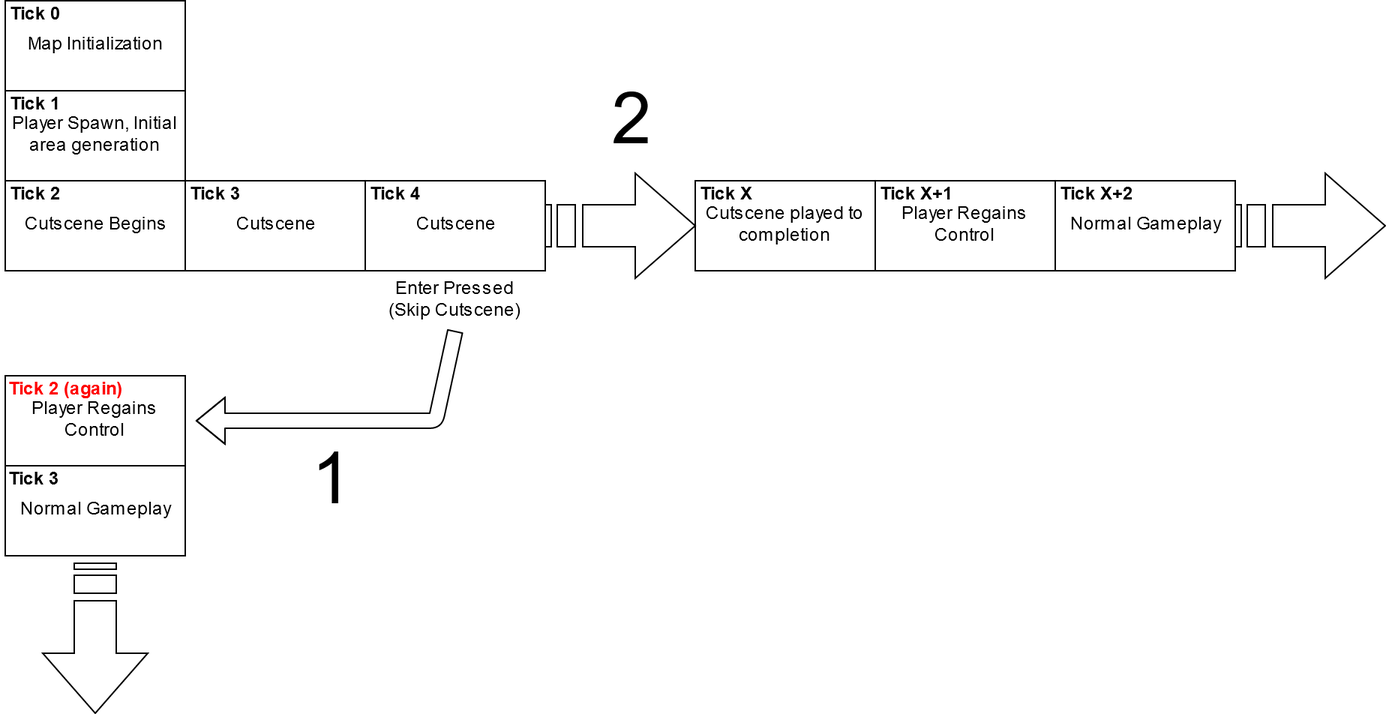
The draw.io diagram docs/source/assets/tick_flowchart.png in Scaless/HaloTAS, before a commit. Source tidied: cells renumbered, new cells last; positions are measured from the earlier drawing's top-left corner, leaving out a move shared by most shapes. The source it was exported from:
```xml
<mxGraphModel>
  <root>
    <mxCell id="0" />
    <mxCell id="1" parent="0" />
    <mxCell id="2" value="Map Initialization" style="rounded=0;whiteSpace=wrap;html=1;" parent="1" vertex="1">
      <mxGeometry x="3" width="120" height="60" as="geometry" />
    </mxCell>
    <mxCell id="3" value="Player Spawn, Initial area generation" style="rounded=0;whiteSpace=wrap;html=1;" parent="1" vertex="1">
      <mxGeometry x="3" y="60" width="120" height="60" as="geometry" />
    </mxCell>
    <mxCell id="4" value="Tick 0" style="text;html=1;strokeColor=none;fillColor=none;align=center;verticalAlign=middle;whiteSpace=wrap;rounded=0;fontStyle=1;" parent="1" vertex="1">
      <mxGeometry x="3" width="40" height="20" as="geometry" />
    </mxCell>
    <mxCell id="5" value="Tick 1" style="text;html=1;strokeColor=none;fillColor=none;align=center;verticalAlign=middle;whiteSpace=wrap;rounded=0;fontStyle=1;" parent="1" vertex="1">
      <mxGeometry x="3" y="60" width="40" height="20" as="geometry" />
    </mxCell>
    <mxCell id="6" value="Cutscene Begins" style="rounded=0;whiteSpace=wrap;html=1;" parent="1" vertex="1">
      <mxGeometry x="3" y="120" width="120" height="60" as="geometry" />
    </mxCell>
    <mxCell id="7" value="&lt;div&gt;Tick 2&lt;/div&gt;" style="text;html=1;strokeColor=none;fillColor=none;align=center;verticalAlign=middle;whiteSpace=wrap;rounded=0;fontStyle=1;" parent="1" vertex="1">
      <mxGeometry x="3" y="120" width="40" height="20" as="geometry" />
    </mxCell>
    <mxCell id="8" value="Cutscene" style="rounded=0;whiteSpace=wrap;html=1;" parent="1" vertex="1">
      <mxGeometry x="123" y="120" width="120" height="60" as="geometry" />
    </mxCell>
    <mxCell id="9" value="&lt;div&gt;Tick 3&lt;/div&gt;" style="text;html=1;strokeColor=none;fillColor=none;align=center;verticalAlign=middle;whiteSpace=wrap;rounded=0;fontStyle=1;" parent="1" vertex="1">
      <mxGeometry x="123" y="120" width="40" height="20" as="geometry" />
    </mxCell>
    <mxCell id="10" value="&lt;div&gt;Cutscene&lt;/div&gt;" style="rounded=0;whiteSpace=wrap;html=1;" parent="1" vertex="1">
      <mxGeometry x="243" y="120" width="120" height="60" as="geometry" />
    </mxCell>
    <mxCell id="11" value="&lt;div&gt;Tick 4&lt;br&gt;&lt;/div&gt;" style="text;html=1;strokeColor=none;fillColor=none;align=center;verticalAlign=middle;whiteSpace=wrap;rounded=0;fontStyle=1;" parent="1" vertex="1">
      <mxGeometry x="243" y="120" width="40" height="20" as="geometry" />
    </mxCell>
    <mxCell id="12" value="Cutscene played to completion" style="rounded=0;whiteSpace=wrap;html=1;" parent="1" vertex="1">
      <mxGeometry x="463" y="120" width="120" height="60" as="geometry" />
    </mxCell>
    <mxCell id="13" value="&lt;div&gt;Tick X&lt;br&gt;&lt;/div&gt;" style="text;html=1;strokeColor=none;fillColor=none;align=center;verticalAlign=middle;whiteSpace=wrap;rounded=0;fontStyle=1;" parent="1" vertex="1">
      <mxGeometry x="463" y="120" width="40" height="20" as="geometry" />
    </mxCell>
    <mxCell id="14" style="html=1;shadow=0;dashed=0;align=center;verticalAlign=middle;shape=mxgraph.arrows2.stripedArrow;dy=0.6;dx=40;notch=25;" parent="1" vertex="1">
      <mxGeometry x="363" y="115" width="100" height="70" as="geometry" />
    </mxCell>
    <mxCell id="15" style="shape=flexArrow;endArrow=classic;html=1;" parent="1" edge="1">
      <mxGeometry relative="1" as="geometry">
        <mxPoint x="303" y="220" as="sourcePoint" />
        <mxPoint x="130" y="280" as="targetPoint" />
        <Array as="points">
          <mxPoint x="290" y="280" />
        </Array>
      </mxGeometry>
    </mxCell>
    <mxCell id="16" value="Enter Pressed (Skip Cutscene)" style="text;html=1;strokeColor=none;fillColor=none;align=center;verticalAlign=middle;whiteSpace=wrap;rounded=0;" parent="1" vertex="1">
      <mxGeometry x="253" y="190" width="100" height="20" as="geometry" />
    </mxCell>
    <mxCell id="17" value="&lt;div&gt;Player Regains Control&lt;br&gt;&lt;/div&gt;" style="rounded=0;whiteSpace=wrap;html=1;" parent="1" vertex="1">
      <mxGeometry x="583" y="120" width="120" height="60" as="geometry" />
    </mxCell>
    <mxCell id="18" value="&lt;div&gt;Tick X+1&lt;br&gt;&lt;/div&gt;" style="text;html=1;strokeColor=none;fillColor=none;align=center;verticalAlign=middle;whiteSpace=wrap;rounded=0;fontStyle=1;" parent="1" vertex="1">
      <mxGeometry x="580" y="120" width="60" height="20" as="geometry" />
    </mxCell>
    <mxCell id="19" value="Player Regains Control" style="rounded=0;whiteSpace=wrap;html=1;" parent="1" vertex="1">
      <mxGeometry x="3" y="250" width="120" height="60" as="geometry" />
    </mxCell>
    <mxCell id="20" value="&lt;div&gt;Tick 2 (again)&lt;br&gt;&lt;/div&gt;" style="text;html=1;strokeColor=none;fillColor=none;align=center;verticalAlign=middle;whiteSpace=wrap;rounded=0;fontStyle=1;fontColor=#FF0000;" parent="1" vertex="1">
      <mxGeometry x="3" y="250" width="80" height="20" as="geometry" />
    </mxCell>
    <mxCell id="21" value="Normal Gameplay" style="rounded=0;whiteSpace=wrap;html=1;" parent="1" vertex="1">
      <mxGeometry x="703" y="120" width="120" height="60" as="geometry" />
    </mxCell>
    <mxCell id="22" value="&lt;div&gt;Tick X+2&lt;/div&gt;" style="text;html=1;strokeColor=none;fillColor=none;align=center;verticalAlign=middle;whiteSpace=wrap;rounded=0;fontStyle=1;" parent="1" vertex="1">
      <mxGeometry x="700" y="120" width="60" height="20" as="geometry" />
    </mxCell>
    <mxCell id="23" value="Normal Gameplay" style="rounded=0;whiteSpace=wrap;html=1;" parent="1" vertex="1">
      <mxGeometry x="3" y="310" width="120" height="60" as="geometry" />
    </mxCell>
    <mxCell id="24" value="&lt;div&gt;Tick 3&lt;br&gt;&lt;/div&gt;" style="text;html=1;strokeColor=none;fillColor=none;align=center;verticalAlign=middle;whiteSpace=wrap;rounded=0;fontStyle=1;" parent="1" vertex="1">
      <mxGeometry y="310" width="43" height="20" as="geometry" />
    </mxCell>
    <mxCell id="25" style="html=1;shadow=0;dashed=0;align=center;verticalAlign=middle;shape=mxgraph.arrows2.stripedArrow;dy=0.6;dx=40;notch=25;" parent="1" vertex="1">
      <mxGeometry x="823" y="115" width="100" height="70" as="geometry" />
    </mxCell>
    <mxCell id="26" style="html=1;shadow=0;dashed=0;align=center;verticalAlign=middle;shape=mxgraph.arrows2.stripedArrow;dy=0.6;dx=40;notch=25;rotation=90;" parent="1" vertex="1">
      <mxGeometry x="13" y="390" width="100" height="70" as="geometry" />
    </mxCell>
    <mxCell id="27" value="1" style="text;html=1;strokeColor=none;fillColor=none;align=center;verticalAlign=middle;whiteSpace=wrap;rounded=0;fontColor=#000000;fontSize=48;" parent="1" vertex="1">
      <mxGeometry x="200" y="310" width="40" height="20" as="geometry" />
    </mxCell>
    <mxCell id="28" value="2" style="text;html=1;strokeColor=none;fillColor=none;align=center;verticalAlign=middle;whiteSpace=wrap;rounded=0;fontColor=#000000;fontSize=48;" parent="1" vertex="1">
      <mxGeometry x="400" y="70" width="40" height="20" as="geometry" />
    </mxCell>
  </root>
</mxGraphModel>
```
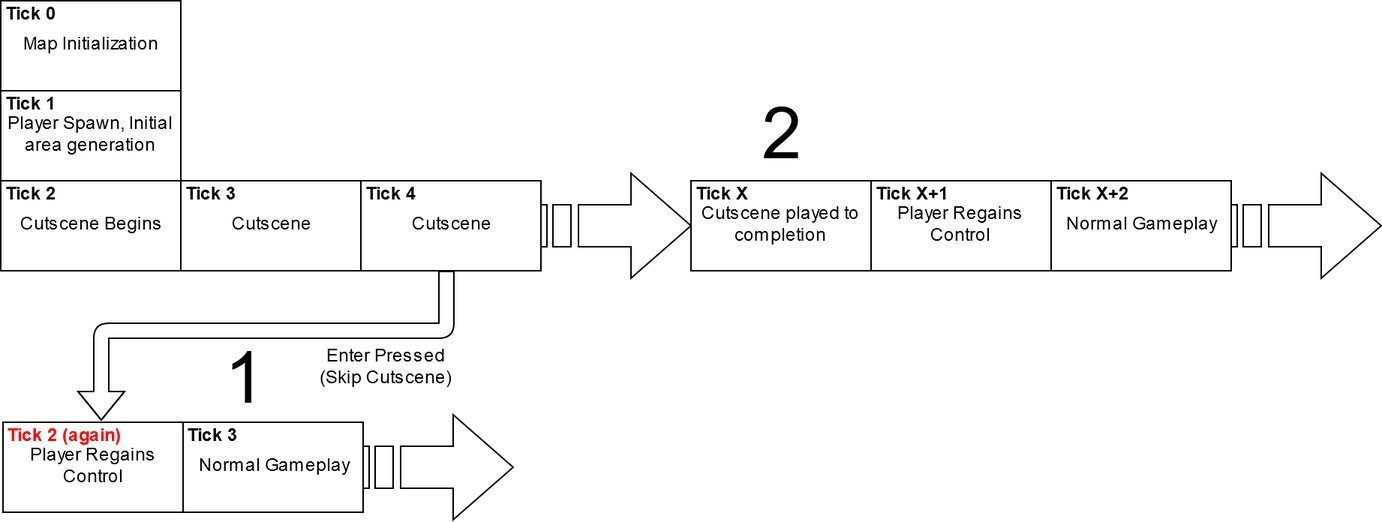
After the change.

Commit message:
Revise tick flowchart

The edit, as a diff of the source:
```diff
@@ -43,15 +43,16 @@
     </mxCell>
     <mxCell id="15" style="shape=flexArrow;endArrow=classic;html=1;" parent="1" edge="1">
       <mxGeometry relative="1" as="geometry">
-        <mxPoint x="303" y="220" as="sourcePoint" />
-        <mxPoint x="130" y="280" as="targetPoint" />
+        <mxPoint x="300" y="180" as="sourcePoint" />
+        <mxPoint x="70" y="280" as="targetPoint" />
         <Array as="points">
-          <mxPoint x="290" y="280" />
+          <mxPoint x="300" y="220" />
+          <mxPoint x="70" y="220" />
         </Array>
       </mxGeometry>
     </mxCell>
     <mxCell id="16" value="Enter Pressed (Skip Cutscene)" style="text;html=1;strokeColor=none;fillColor=none;align=center;verticalAlign=middle;whiteSpace=wrap;rounded=0;" parent="1" vertex="1">
-      <mxGeometry x="253" y="190" width="100" height="20" as="geometry" />
+      <mxGeometry x="210" y="235" width="100" height="20" as="geometry" />
     </mxCell>
     <mxCell id="17" value="&lt;div&gt;Player Regains Control&lt;br&gt;&lt;/div&gt;" style="rounded=0;whiteSpace=wrap;html=1;" parent="1" vertex="1">
       <mxGeometry x="583" y="120" width="120" height="60" as="geometry" />
@@ -60,10 +61,10 @@
       <mxGeometry x="580" y="120" width="60" height="20" as="geometry" />
     </mxCell>
     <mxCell id="19" value="Player Regains Control" style="rounded=0;whiteSpace=wrap;html=1;" parent="1" vertex="1">
-      <mxGeometry x="3" y="250" width="120" height="60" as="geometry" />
+      <mxGeometry x="4.5" y="281" width="120" height="60" as="geometry" />
     </mxCell>
     <mxCell id="20" value="&lt;div&gt;Tick 2 (again)&lt;br&gt;&lt;/div&gt;" style="text;html=1;strokeColor=none;fillColor=none;align=center;verticalAlign=middle;whiteSpace=wrap;rounded=0;fontStyle=1;fontColor=#FF0000;" parent="1" vertex="1">
-      <mxGeometry x="3" y="250" width="80" height="20" as="geometry" />
+      <mxGeometry x="4.5" y="281" width="80" height="20" as="geometry" />
     </mxCell>
     <mxCell id="21" value="Normal Gameplay" style="rounded=0;whiteSpace=wrap;html=1;" parent="1" vertex="1">
       <mxGeometry x="703" y="120" width="120" height="60" as="geometry" />
@@ -72,22 +73,22 @@
       <mxGeometry x="700" y="120" width="60" height="20" as="geometry" />
     </mxCell>
     <mxCell id="23" value="Normal Gameplay" style="rounded=0;whiteSpace=wrap;html=1;" parent="1" vertex="1">
-      <mxGeometry x="3" y="310" width="120" height="60" as="geometry" />
+      <mxGeometry x="124.5" y="281" width="120" height="60" as="geometry" />
     </mxCell>
     <mxCell id="24" value="&lt;div&gt;Tick 3&lt;br&gt;&lt;/div&gt;" style="text;html=1;strokeColor=none;fillColor=none;align=center;verticalAlign=middle;whiteSpace=wrap;rounded=0;fontStyle=1;" parent="1" vertex="1">
-      <mxGeometry y="310" width="43" height="20" as="geometry" />
+      <mxGeometry x="122" y="281" width="43" height="20" as="geometry" />
     </mxCell>
     <mxCell id="25" style="html=1;shadow=0;dashed=0;align=center;verticalAlign=middle;shape=mxgraph.arrows2.stripedArrow;dy=0.6;dx=40;notch=25;" parent="1" vertex="1">
       <mxGeometry x="823" y="115" width="100" height="70" as="geometry" />
     </mxCell>
-    <mxCell id="26" style="html=1;shadow=0;dashed=0;align=center;verticalAlign=middle;shape=mxgraph.arrows2.stripedArrow;dy=0.6;dx=40;notch=25;rotation=90;" parent="1" vertex="1">
-      <mxGeometry x="13" y="390" width="100" height="70" as="geometry" />
-    </mxCell>
     <mxCell id="27" value="1" style="text;html=1;strokeColor=none;fillColor=none;align=center;verticalAlign=middle;whiteSpace=wrap;rounded=0;fontColor=#000000;fontSize=48;" parent="1" vertex="1">
-      <mxGeometry x="200" y="310" width="40" height="20" as="geometry" />
+      <mxGeometry x="145" y="243" width="40" height="20" as="geometry" />
     </mxCell>
     <mxCell id="28" value="2" style="text;html=1;strokeColor=none;fillColor=none;align=center;verticalAlign=middle;whiteSpace=wrap;rounded=0;fontColor=#000000;fontSize=48;" parent="1" vertex="1">
-      <mxGeometry x="400" y="70" width="40" height="20" as="geometry" />
+      <mxGeometry x="503" y="80" width="40" height="20" as="geometry" />
     </mxCell>
+    <mxCell id="29" style="html=1;shadow=0;dashed=0;align=center;verticalAlign=middle;shape=mxgraph.arrows2.stripedArrow;dy=0.6;dx=40;notch=25;" parent="1" vertex="1">
+      <mxGeometry x="244.5" y="276" width="100" height="70" as="geometry" />
+    </mxCell>
   </root>
 </mxGraphModel>
```
